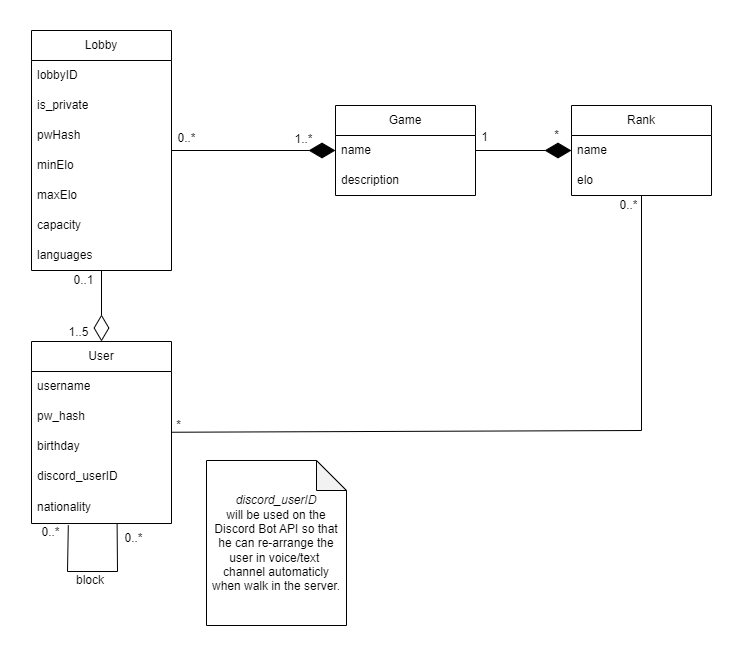
The draw.io diagram images/class_diagram.png in PedroRomao3/Software-Engineering_FEUP, before a commit. Source tidied: cells renumbered, new cells last; positions are measured from the earlier drawing's top-left corner, leaving out a move shared by most shapes.
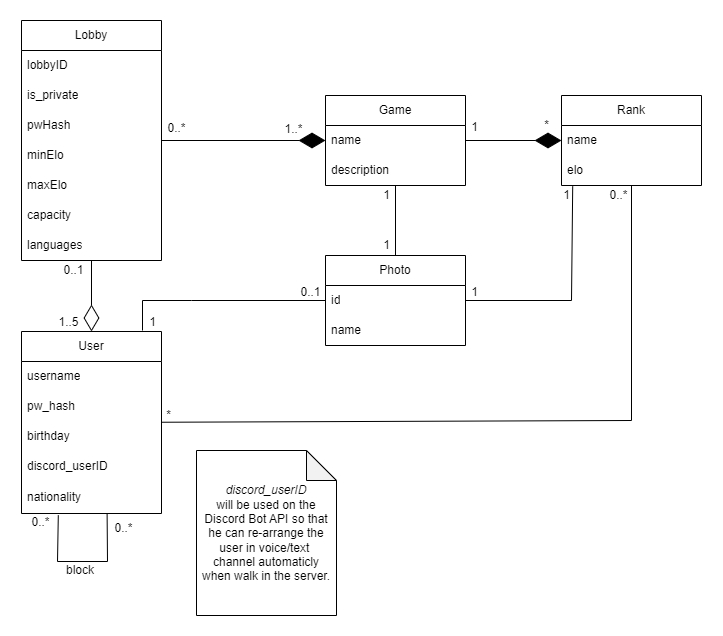
After the commit.

Commit message:
updated class diagram

Change to the diagram source:
```diff
@@ -123,5 +123,51 @@
         </Array>
       </mxGeometry>
     </mxCell>
+    <mxCell id="39" value="Photo" style="swimlane;fontStyle=0;horizontal=1;startSize=30;whiteSpace=wrap;html=1;" parent="1" vertex="1">
+      <mxGeometry x="305" y="235" width="140" height="90" as="geometry" />
+    </mxCell>
+    <mxCell id="40" value="id" style="text;strokeColor=none;fillColor=none;align=left;verticalAlign=middle;spacingLeft=4;spacingRight=4;overflow=hidden;whiteSpace=wrap;html=1;" parent="39" vertex="1">
+      <mxGeometry y="30" width="140" height="30" as="geometry" />
+    </mxCell>
+    <mxCell id="41" value="name" style="text;strokeColor=none;fillColor=none;align=left;verticalAlign=middle;spacingLeft=4;spacingRight=4;overflow=hidden;whiteSpace=wrap;html=1;" parent="39" vertex="1">
+      <mxGeometry y="60" width="140" height="30" as="geometry" />
+    </mxCell>
+    <mxCell id="42" style="endArrow=none;html=1;rounded=0;" parent="1" edge="1" source="39" target="16">
+      <mxGeometry relative="1" as="geometry" />
+    </mxCell>
+    <mxCell id="43" style="endArrow=none;html=1;rounded=0;entryX=0.08;entryY=1.027;entryDx=0;entryDy=0;entryPerimeter=0;" parent="1" edge="1" source="39" target="29">
+      <mxGeometry relative="1" as="geometry">
+        <Array as="points">
+          <mxPoint x="551" y="280" />
+        </Array>
+      </mxGeometry>
+    </mxCell>
+    <mxCell id="44" style="endArrow=none;html=1;rounded=0;" parent="1" edge="1" target="39">
+      <mxGeometry relative="1" as="geometry">
+        <mxPoint x="122" y="310" as="sourcePoint" />
+        <Array as="points">
+          <mxPoint x="122" y="280" />
+          <mxPoint x="171" y="280" />
+        </Array>
+      </mxGeometry>
+    </mxCell>
+    <mxCell id="45" value="1" style="text;html=1;align=center;verticalAlign=middle;strokeColor=none;fillColor=none;" parent="1" vertex="1">
+      <mxGeometry x="351" y="160" width="30" height="30" as="geometry" />
+    </mxCell>
+    <mxCell id="46" value="1" style="text;html=1;align=center;verticalAlign=middle;strokeColor=none;fillColor=none;" parent="1" vertex="1">
+      <mxGeometry x="531" y="160" width="30" height="30" as="geometry" />
+    </mxCell>
+    <mxCell id="47" value="1" style="text;html=1;align=center;verticalAlign=middle;strokeColor=none;fillColor=none;" parent="1" vertex="1">
+      <mxGeometry x="117" y="287" width="30" height="30" as="geometry" />
+    </mxCell>
+    <mxCell id="48" value="0..1" style="text;html=1;align=center;verticalAlign=middle;strokeColor=none;fillColor=none;" parent="1" vertex="1">
+      <mxGeometry x="270" y="257" width="40" height="30" as="geometry" />
+    </mxCell>
+    <mxCell id="49" value="1" style="text;html=1;align=center;verticalAlign=middle;strokeColor=none;fillColor=none;" parent="1" vertex="1">
+      <mxGeometry x="351" y="210" width="30" height="30" as="geometry" />
+    </mxCell>
+    <mxCell id="50" value="1" style="text;html=1;align=center;verticalAlign=middle;strokeColor=none;fillColor=none;" parent="1" vertex="1">
+      <mxGeometry x="439" y="257" width="30" height="30" as="geometry" />
+    </mxCell>
   </root>
 </mxGraphModel>
```
